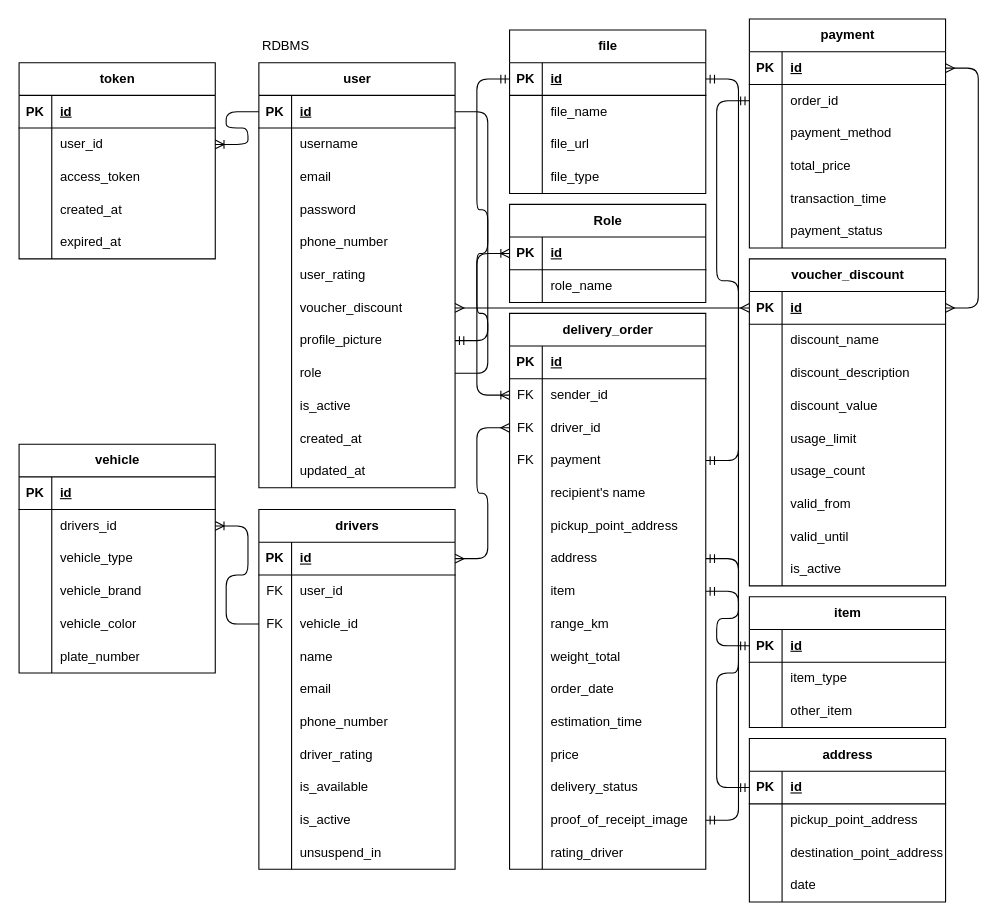
The draw.io diagram starspace/RDBMS.drawio in DemoNicky/technical-test, before the edit. Source tidied: cells renumbered, new cells numbered last; positions are measured from the earlier drawing's top-left corner, leaving out a move shared by most shapes. Both pictures are drawn from the tidied source at 109%, with x=0, y=0 at pixel (19, 19).
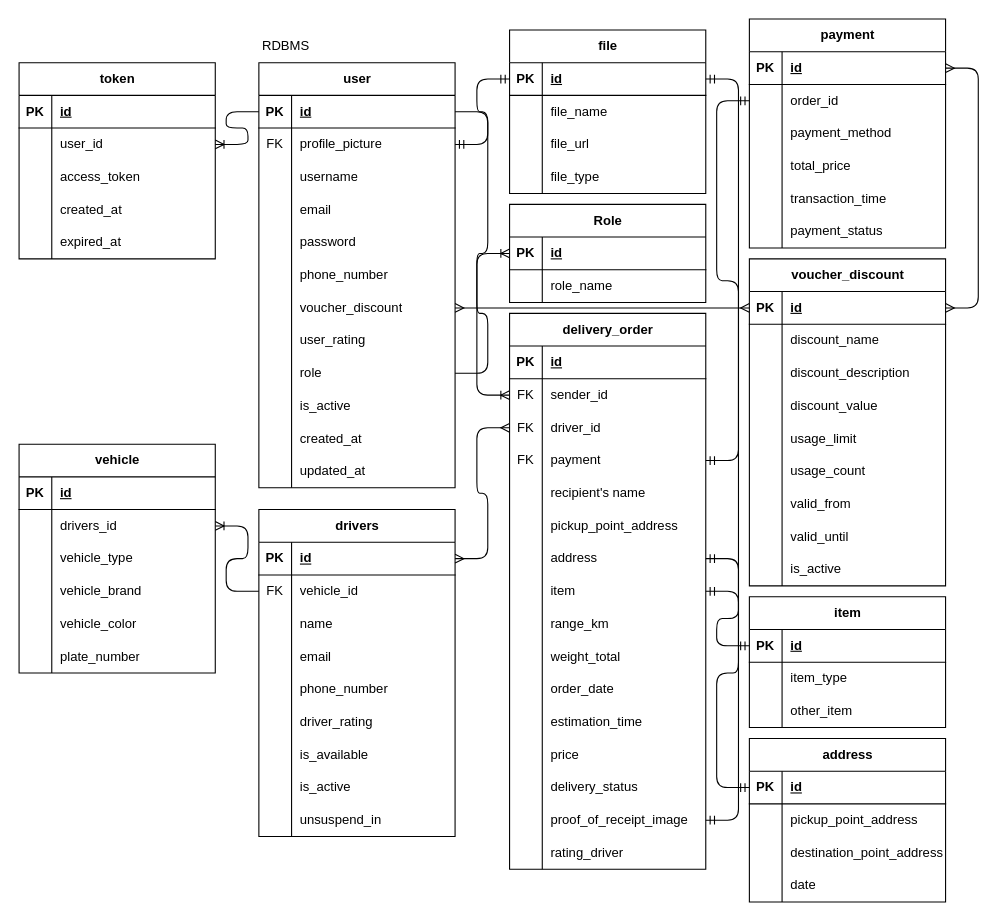
The same page after the edit.

The change refers to these unchanged cells:
```xml
<mxCell id="3" value="user" style="shape=table;startSize=30;childLayout=tableLayout;rowLines=0;fontStyle=1;align=center;html=1;" parent="1" vertex="1">
  <mxGeometry x="220" y="40" width="180" height="390" as="geometry" />
</mxCell>
```

The edit, as a diff of the source:
```diff
@@
+    <mxCell id="25" style="shape=tableRow;horizontal=0;startSize=0;swimlaneHead=0;swimlaneBody=0;fillColor=none;points=[[0,0.5],[1,0.5]];portConstraint=eastwest;top=0;left=0;right=0;bottom=0;" parent="3" vertex="1">
+      <mxGeometry y="60" width="180" height="30" as="geometry" />
+    </mxCell>
+    <mxCell id="26" value="FK" style="shape=partialRectangle;fillColor=none;top=0;left=0;bottom=0;right=0;overflow=hidden;whiteSpace=wrap;html=1;" parent="25" vertex="1">
+      <mxGeometry width="30" height="30" as="geometry" />
+    </mxCell>
+    <mxCell id="27" value="profile_picture" style="shape=partialRectangle;fillColor=none;top=0;left=0;bottom=0;right=0;align=left;spacingLeft=6;overflow=hidden;whiteSpace=wrap;html=1;" parent="25" vertex="1">
+      <mxGeometry x="30" width="150" height="30" as="geometry" />
+    </mxCell>
     <mxCell id="7" style="shape=tableRow;horizontal=0;startSize=0;swimlaneHead=0;swimlaneBody=0;fillColor=none;top=0;left=0;right=0;bottom=0;" parent="3" vertex="1">
-      <mxGeometry y="60" width="180" height="30" as="geometry" />
+      <mxGeometry y="90" width="180" height="30" as="geometry" />
     </mxCell>
@@
     <mxCell id="10" style="shape=tableRow;horizontal=0;startSize=0;swimlaneHead=0;swimlaneBody=0;fillColor=none;top=0;left=0;right=0;bottom=0;" parent="3" vertex="1">
-      <mxGeometry y="90" width="180" height="30" as="geometry" />
+      <mxGeometry y="120" width="180" height="30" as="geometry" />
     </mxCell>
@@
     <mxCell id="13" style="shape=tableRow;horizontal=0;startSize=0;swimlaneHead=0;swimlaneBody=0;fillColor=none;top=0;left=0;right=0;bottom=0;" parent="3" vertex="1">
-      <mxGeometry y="120" width="180" height="30" as="geometry" />
+      <mxGeometry y="150" width="180" height="30" as="geometry" />
     </mxCell>
@@
     <mxCell id="16" style="shape=tableRow;horizontal=0;startSize=0;swimlaneHead=0;swimlaneBody=0;fillColor=none;top=0;left=0;right=0;bottom=0;" parent="3" vertex="1">
-      <mxGeometry y="150" width="180" height="30" as="geometry" />
+      <mxGeometry y="180" width="180" height="30" as="geometry" />
     </mxCell>
@@
+    <mxCell id="22" style="shape=tableRow;horizontal=0;startSize=0;swimlaneHead=0;swimlaneBody=0;fillColor=none;points=[[0,0.5],[1,0.5]];portConstraint=eastwest;top=0;left=0;right=0;bottom=0;" parent="3" vertex="1">
+      <mxGeometry y="210" width="180" height="30" as="geometry" />
+    </mxCell>
+    <mxCell id="23" style="shape=partialRectangle;fillColor=none;top=0;left=0;bottom=0;right=0;overflow=hidden;whiteSpace=wrap;html=1;" parent="22" vertex="1">
+      <mxGeometry width="30" height="30" as="geometry" />
+    </mxCell>
+    <mxCell id="24" value="voucher_discount" style="shape=partialRectangle;fillColor=none;top=0;left=0;bottom=0;right=0;align=left;spacingLeft=6;overflow=hidden;whiteSpace=wrap;html=1;" parent="22" vertex="1">
+      <mxGeometry x="30" width="150" height="30" as="geometry" />
+    </mxCell>
     <mxCell id="19" style="shape=tableRow;horizontal=0;startSize=0;swimlaneHead=0;swimlaneBody=0;fillColor=none;top=0;left=0;right=0;bottom=0;" parent="3" vertex="1">
-      <mxGeometry y="180" width="180" height="30" as="geometry" />
+      <mxGeometry y="240" width="180" height="30" as="geometry" />
     </mxCell>
@@
-    <mxCell id="22" style="shape=tableRow;horizontal=0;startSize=0;swimlaneHead=0;swimlaneBody=0;fillColor=none;points=[[0,0.5],[1,0.5]];portConstraint=eastwest;top=0;left=0;right=0;bottom=0;" parent="3" vertex="1">
-      <mxGeometry y="210" width="180" height="30" as="geometry" />
-    </mxCell>
-    <mxCell id="23" style="shape=partialRectangle;fillColor=none;top=0;left=0;bottom=0;right=0;overflow=hidden;whiteSpace=wrap;html=1;" parent="22" vertex="1">
-      <mxGeometry width="30" height="30" as="geometry" />
-    </mxCell>
-    <mxCell id="24" value="voucher_discount" style="shape=partialRectangle;fillColor=none;top=0;left=0;bottom=0;right=0;align=left;spacingLeft=6;overflow=hidden;whiteSpace=wrap;html=1;" parent="22" vertex="1">
-      <mxGeometry x="30" width="150" height="30" as="geometry" />
-    </mxCell>
-    <mxCell id="25" style="shape=tableRow;horizontal=0;startSize=0;swimlaneHead=0;swimlaneBody=0;fillColor=none;points=[[0,0.5],[1,0.5]];portConstraint=eastwest;top=0;left=0;right=0;bottom=0;" parent="3" vertex="1">
-      <mxGeometry y="240" width="180" height="30" as="geometry" />
-    </mxCell>
-    <mxCell id="26" style="shape=partialRectangle;fillColor=none;top=0;left=0;bottom=0;right=0;overflow=hidden;whiteSpace=wrap;html=1;" parent="25" vertex="1">
-      <mxGeometry width="30" height="30" as="geometry" />
-    </mxCell>
-    <mxCell id="27" value="profile_picture" style="shape=partialRectangle;fillColor=none;top=0;left=0;bottom=0;right=0;align=left;spacingLeft=6;overflow=hidden;whiteSpace=wrap;html=1;" parent="25" vertex="1">
-      <mxGeometry x="30" width="150" height="30" as="geometry" />
-    </mxCell>
@@
     <mxCell id="40" value="drivers" style="shape=table;startSize=30;childLayout=tableLayout;rowLines=0;fontStyle=1;align=center;html=1;" parent="1" vertex="1">
-      <mxGeometry x="220" y="450" width="180" height="330" as="geometry" />
+      <mxGeometry x="220" y="450" width="180" height="300" as="geometry" />
     </mxCell>
@@
-    <mxCell id="44" style="shape=tableRow;horizontal=0;startSize=0;swimlaneHead=0;swimlaneBody=0;fillColor=none;top=0;left=0;right=0;bottom=0;" parent="40" vertex="1">
-      <mxGeometry y="60" width="180" height="30" as="geometry" />
-    </mxCell>
-    <mxCell id="45" value="FK" style="shape=partialRectangle;fillColor=none;top=0;left=0;bottom=0;right=0;overflow=hidden;whiteSpace=wrap;html=1;" parent="44" vertex="1">
-      <mxGeometry width="30" height="30" as="geometry" />
-    </mxCell>
-    <mxCell id="46" value="user_id" style="shape=partialRectangle;fillColor=none;top=0;left=0;bottom=0;right=0;align=left;spacingLeft=6;overflow=hidden;whiteSpace=wrap;html=1;" parent="44" vertex="1">
-      <mxGeometry x="30" width="150" height="30" as="geometry" />
-    </mxCell>
     <mxCell id="47" style="shape=tableRow;horizontal=0;startSize=0;swimlaneHead=0;swimlaneBody=0;fillColor=none;points=[[0,0.5],[1,0.5]];portConstraint=eastwest;top=0;left=0;right=0;bottom=0;" parent="40" vertex="1">
-      <mxGeometry y="90" width="180" height="30" as="geometry" />
+      <mxGeometry y="60" width="180" height="30" as="geometry" />
     </mxCell>
@@
     <mxCell id="50" style="shape=tableRow;horizontal=0;startSize=0;swimlaneHead=0;swimlaneBody=0;fillColor=none;top=0;left=0;right=0;bottom=0;" parent="40" vertex="1">
-      <mxGeometry y="120" width="180" height="30" as="geometry" />
+      <mxGeometry y="90" width="180" height="30" as="geometry" />
     </mxCell>
@@
     <mxCell id="53" style="shape=tableRow;horizontal=0;startSize=0;swimlaneHead=0;swimlaneBody=0;fillColor=none;top=0;left=0;right=0;bottom=0;" parent="40" vertex="1">
-      <mxGeometry y="150" width="180" height="30" as="geometry" />
+      <mxGeometry y="120" width="180" height="30" as="geometry" />
     </mxCell>
@@
     <mxCell id="56" style="shape=tableRow;horizontal=0;startSize=0;swimlaneHead=0;swimlaneBody=0;fillColor=none;top=0;left=0;right=0;bottom=0;" parent="40" vertex="1">
-      <mxGeometry y="180" width="180" height="30" as="geometry" />
+      <mxGeometry y="150" width="180" height="30" as="geometry" />
     </mxCell>
@@
     <mxCell id="59" style="shape=tableRow;horizontal=0;startSize=0;swimlaneHead=0;swimlaneBody=0;fillColor=none;top=0;left=0;right=0;bottom=0;" parent="40" vertex="1">
-      <mxGeometry y="210" width="180" height="30" as="geometry" />
+      <mxGeometry y="180" width="180" height="30" as="geometry" />
     </mxCell>
@@
     <mxCell id="62" style="shape=tableRow;horizontal=0;startSize=0;swimlaneHead=0;swimlaneBody=0;fillColor=none;top=0;left=0;right=0;bottom=0;" parent="40" vertex="1">
-      <mxGeometry y="240" width="180" height="30" as="geometry" />
+      <mxGeometry y="210" width="180" height="30" as="geometry" />
     </mxCell>
@@
     <mxCell id="65" style="shape=tableRow;horizontal=0;startSize=0;swimlaneHead=0;swimlaneBody=0;fillColor=none;top=0;left=0;right=0;bottom=0;" parent="40" vertex="1">
-      <mxGeometry y="270" width="180" height="30" as="geometry" />
+      <mxGeometry y="240" width="180" height="30" as="geometry" />
     </mxCell>
@@
     <mxCell id="68" style="shape=tableRow;horizontal=0;startSize=0;swimlaneHead=0;swimlaneBody=0;fillColor=none;top=0;left=0;right=0;bottom=0;" parent="40" vertex="1">
-      <mxGeometry y="300" width="180" height="30" as="geometry" />
+      <mxGeometry y="270" width="180" height="30" as="geometry" />
     </mxCell>
```
